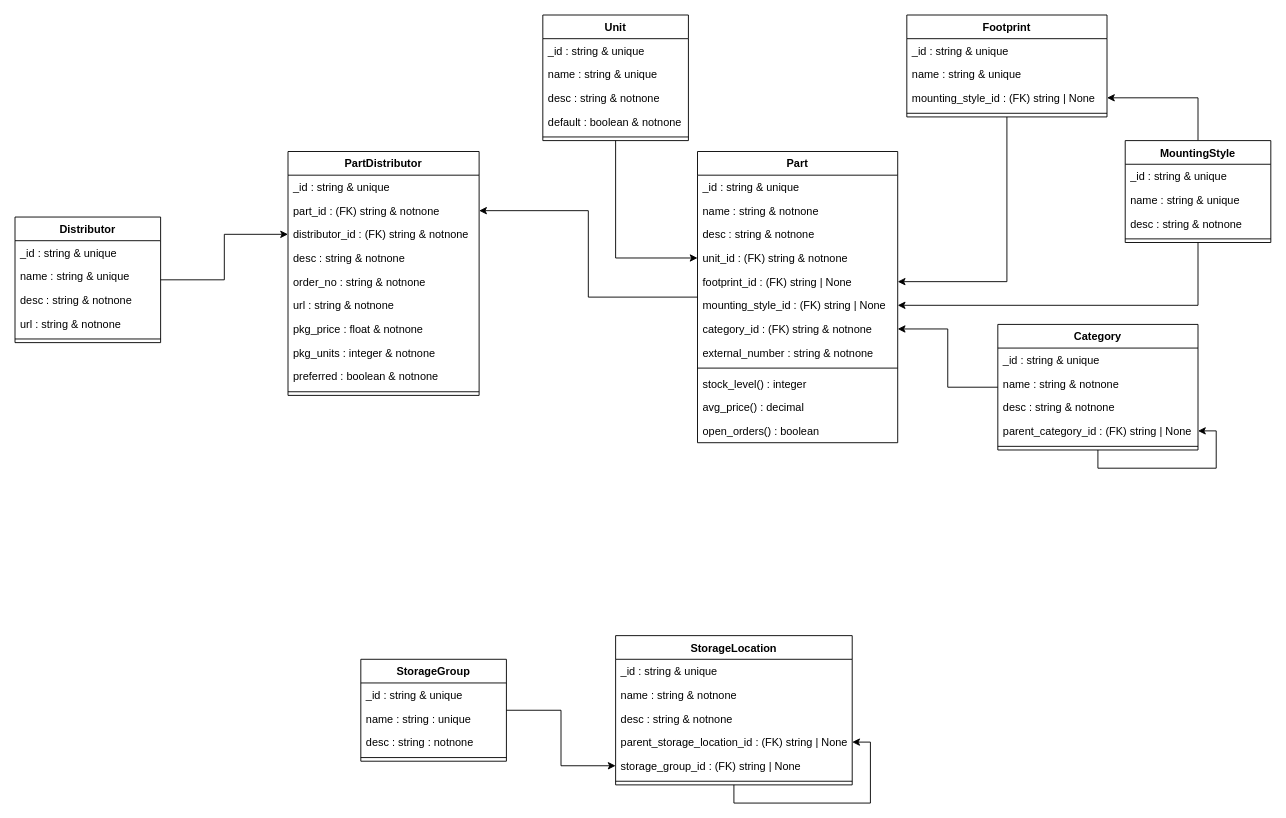
Earlier version of the draw.io diagram docs/elements-classes.drawio (nils-ost/Inventory4Parts). Source tidied: cells renumbered, new cells numbered last; positions are measured from the earlier drawing's top-left corner, leaving out a move shared by most shapes. Both pictures are drawn from the tidied source at 91%, with x=0, y=0 at pixel (15, 15).
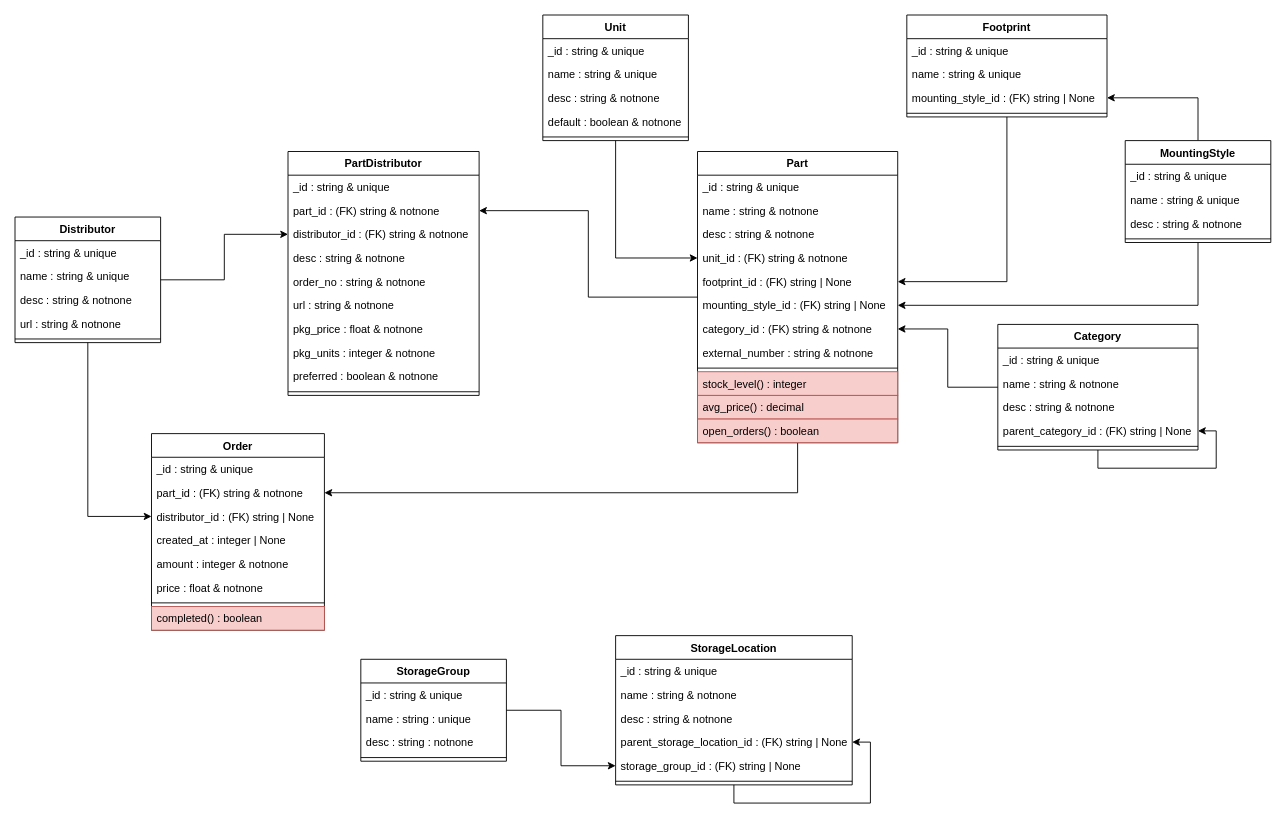
The same diagram, later.

Unchanged cells that the change refers to:
```xml
<mxCell id="31" value="Part" style="swimlane;fontStyle=1;align=center;verticalAlign=top;horizontal=1;startSize=26;" parent="1" vertex="1">
  <mxGeometry x="750" y="150" width="220" height="320" as="geometry" />
</mxCell>
<mxCell id="45" value="Distributor" style="swimlane;fontStyle=1;align=center;verticalAlign=top;horizontal=1;startSize=26;" parent="1" vertex="1">
  <mxGeometry y="222" width="160" height="138" as="geometry" />
</mxCell>
```

What changed in the source:
```diff
@@
+    <mxCell id="76" style="edgeStyle=orthogonalEdgeStyle;rounded=0;jettySize=auto;html=1;" parent="1" edge="1" source="31" target="80">
+      <mxGeometry relative="1" as="geometry" />
+    </mxCell>
@@
-    <mxCell id="41" value="stock_level() : integer" style="text;strokeColor=none;fillColor=none;align=left;verticalAlign=top;spacingLeft=4;spacingRight=4;overflow=hidden;" parent="31" vertex="1">
+    <mxCell id="41" value="stock_level() : integer" style="text;strokeColor=#b85450;fillColor=#f8cecc;align=left;verticalAlign=top;spacingLeft=4;spacingRight=4;overflow=hidden;" parent="31" vertex="1">
       <mxGeometry y="242" width="220" height="26" as="geometry" />
     </mxCell>
-    <mxCell id="42" value="avg_price() : decimal" style="text;strokeColor=none;fillColor=none;align=left;verticalAlign=top;spacingLeft=4;spacingRight=4;overflow=hidden;" parent="31" vertex="1">
+    <mxCell id="42" value="avg_price() : decimal" style="text;strokeColor=#b85450;fillColor=#f8cecc;align=left;verticalAlign=top;spacingLeft=4;spacingRight=4;overflow=hidden;" parent="31" vertex="1">
       <mxGeometry y="268" width="220" height="26" as="geometry" />
     </mxCell>
-    <mxCell id="43" value="open_orders() : boolean" style="text;strokeColor=none;fillColor=none;align=left;verticalAlign=top;spacingLeft=4;spacingRight=4;overflow=hidden;" parent="31" vertex="1">
+    <mxCell id="43" value="open_orders() : boolean" style="text;strokeColor=#b85450;fillColor=#f8cecc;align=left;verticalAlign=top;spacingLeft=4;spacingRight=4;overflow=hidden;" parent="31" vertex="1">
       <mxGeometry y="294" width="220" height="26" as="geometry" />
     </mxCell>
@@
+    <mxCell id="77" style="edgeStyle=orthogonalEdgeStyle;rounded=0;jettySize=auto;html=1;" parent="1" edge="1" source="45" target="81">
+      <mxGeometry relative="1" as="geometry" />
+    </mxCell>
@@
+    <mxCell id="78" value="Order" style="swimlane;fontStyle=1;align=center;verticalAlign=top;horizontal=1;startSize=26;" parent="1" vertex="1">
+      <mxGeometry x="150" y="460" width="190" height="216" as="geometry" />
+    </mxCell>
+    <mxCell id="79" value="_id : string &amp; unique" style="text;strokeColor=none;fillColor=none;align=left;verticalAlign=top;spacingLeft=4;spacingRight=4;overflow=hidden;" parent="78" vertex="1">
+      <mxGeometry y="26" width="190" height="26" as="geometry" />
+    </mxCell>
+    <mxCell id="80" value="part_id : (FK) string &amp; notnone" style="text;strokeColor=none;fillColor=none;align=left;verticalAlign=top;spacingLeft=4;spacingRight=4;overflow=hidden;points=[[0,0.5],[1,0.5]];portConstraint=eastwest;" parent="78" vertex="1">
+      <mxGeometry y="52" width="190" height="26" as="geometry" />
+    </mxCell>
+    <mxCell id="81" value="distributor_id : (FK) string | None" style="text;strokeColor=none;fillColor=none;align=left;verticalAlign=top;spacingLeft=4;spacingRight=4;overflow=hidden;points=[[0,0.5],[1,0.5]];portConstraint=eastwest;" parent="78" vertex="1">
+      <mxGeometry y="78" width="190" height="26" as="geometry" />
+    </mxCell>
+    <mxCell id="82" value="created_at : integer | None" style="text;strokeColor=none;fillColor=none;align=left;verticalAlign=top;spacingLeft=4;spacingRight=4;overflow=hidden;" parent="78" vertex="1">
+      <mxGeometry y="104" width="190" height="26" as="geometry" />
+    </mxCell>
+    <mxCell id="83" value="amount : integer &amp; notnone" style="text;strokeColor=none;fillColor=none;align=left;verticalAlign=top;spacingLeft=4;spacingRight=4;overflow=hidden;" parent="78" vertex="1">
+      <mxGeometry y="130" width="190" height="26" as="geometry" />
+    </mxCell>
+    <mxCell id="84" value="price : float &amp; notnone" style="text;strokeColor=none;fillColor=none;align=left;verticalAlign=top;spacingLeft=4;spacingRight=4;overflow=hidden;" parent="78" vertex="1">
+      <mxGeometry y="156" width="190" height="26" as="geometry" />
+    </mxCell>
+    <mxCell id="85" style="line;strokeWidth=1;fillColor=none;align=left;verticalAlign=middle;spacingTop=-1;spacingLeft=3;spacingRight=3;labelPosition=right;" parent="78" vertex="1">
+      <mxGeometry y="182" width="190" height="8" as="geometry" />
+    </mxCell>
+    <mxCell id="86" value="completed() : boolean" style="text;strokeColor=#b85450;fillColor=#f8cecc;align=left;verticalAlign=top;spacingLeft=4;spacingRight=4;overflow=hidden;" parent="78" vertex="1">
+      <mxGeometry y="190" width="190" height="26" as="geometry" />
+    </mxCell>
```
